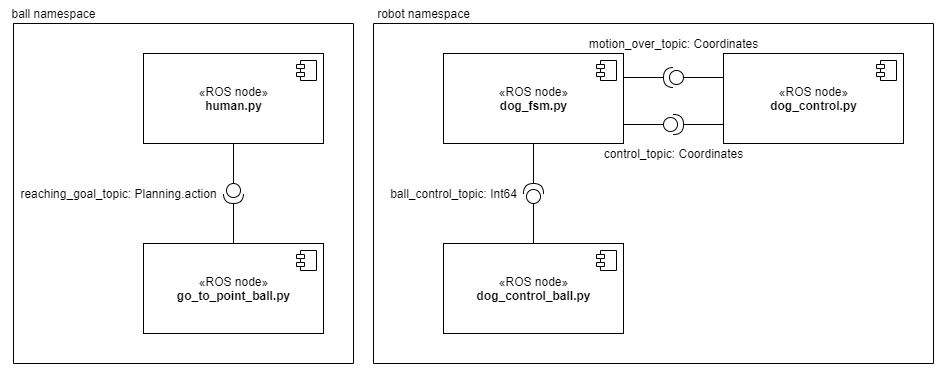
Above: assignment2/images/architecture and topics.png in andreabradpitto/Experimental-robotics-laboratory (draw.io), before the change. Source tidied: cells renumbered, new cells last; positions are measured from the earlier drawing's top-left corner, leaving out a move shared by most shapes.
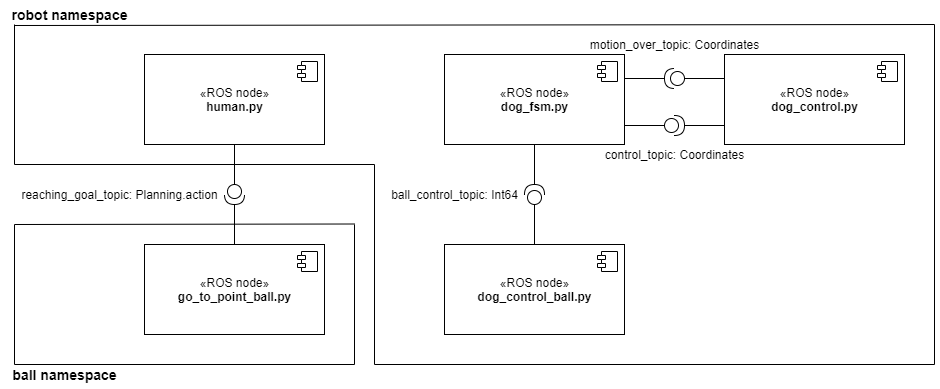
After the change.

Change to the diagram source:
```diff
@@ -93,13 +93,13 @@
     <mxCell id="28" style="endArrow=none;html=1;" parent="1" edge="1">
       <mxGeometry relative="1" as="geometry">
         <mxPoint x="10" y="360" as="sourcePoint" />
-        <mxPoint x="10" y="20" as="targetPoint" />
+        <mxPoint x="10" y="220" as="targetPoint" />
       </mxGeometry>
     </mxCell>
     <mxCell id="29" style="endArrow=none;html=1;" parent="1" edge="1">
       <mxGeometry relative="1" as="geometry">
         <mxPoint x="350" y="360" as="sourcePoint" />
-        <mxPoint x="350" y="20" as="targetPoint" />
+        <mxPoint x="350" y="220" as="targetPoint" />
       </mxGeometry>
     </mxCell>
     <mxCell id="30" style="endArrow=none;html=1;" parent="1" edge="1">
@@ -108,12 +108,6 @@
         <mxPoint x="10" y="360" as="targetPoint" />
       </mxGeometry>
     </mxCell>
-    <mxCell id="31" style="endArrow=none;html=1;" parent="1" edge="1">
-      <mxGeometry relative="1" as="geometry">
-        <mxPoint x="350" y="20" as="sourcePoint" />
-        <mxPoint x="10" y="20" as="targetPoint" />
-      </mxGeometry>
-    </mxCell>
     <mxCell id="32" style="endArrow=none;html=1;" parent="1" edge="1">
       <mxGeometry relative="1" as="geometry">
         <mxPoint x="930" y="360" as="sourcePoint" />
@@ -123,13 +117,13 @@
     <mxCell id="33" style="endArrow=none;html=1;" parent="1" edge="1">
       <mxGeometry relative="1" as="geometry">
         <mxPoint x="930" y="20" as="sourcePoint" />
-        <mxPoint x="370" y="20" as="targetPoint" />
+        <mxPoint x="10" y="21" as="targetPoint" />
       </mxGeometry>
     </mxCell>
     <mxCell id="34" style="endArrow=none;html=1;" parent="1" edge="1">
       <mxGeometry relative="1" as="geometry">
         <mxPoint x="370" y="360" as="sourcePoint" />
-        <mxPoint x="370" y="20" as="targetPoint" />
+        <mxPoint x="370" y="160" as="targetPoint" />
       </mxGeometry>
     </mxCell>
     <mxCell id="35" style="endArrow=none;html=1;" parent="1" edge="1">
@@ -138,11 +132,29 @@
         <mxPoint x="930" y="20" as="targetPoint" />
       </mxGeometry>
     </mxCell>
-    <mxCell id="36" value="ball namespace" style="text;html=1;align=center;verticalAlign=middle;" parent="1" vertex="1">
-      <mxGeometry width="100" height="20" as="geometry" />
+    <mxCell id="36" value="&lt;b&gt;&lt;font style=&quot;font-size: 14px&quot;&gt;ball namespace&lt;/font&gt;&lt;/b&gt;" style="text;html=1;align=center;verticalAlign=middle;" parent="1" vertex="1">
+      <mxGeometry y="360" width="120" height="20" as="geometry" />
     </mxCell>
-    <mxCell id="37" value="robot namespace" style="text;html=1;align=center;verticalAlign=middle;" parent="1" vertex="1">
-      <mxGeometry x="365" width="110" height="20" as="geometry" />
+    <mxCell id="37" value="&lt;b&gt;&lt;font style=&quot;font-size: 14px&quot;&gt;robot namespace&lt;/font&gt;&lt;/b&gt;" style="text;html=1;align=center;verticalAlign=middle;" parent="1" vertex="1">
+      <mxGeometry width="130" height="20" as="geometry" />
     </mxCell>
+    <mxCell id="38" style="endArrow=none;html=1;" parent="1" edge="1">
+      <mxGeometry relative="1" as="geometry">
+        <mxPoint x="10" y="160" as="sourcePoint" />
+        <mxPoint x="10" y="20" as="targetPoint" />
+      </mxGeometry>
+    </mxCell>
+    <mxCell id="39" style="endArrow=none;html=1;" parent="1" edge="1">
+      <mxGeometry relative="1" as="geometry">
+        <mxPoint x="10" y="160" as="sourcePoint" />
+        <mxPoint x="370" y="160" as="targetPoint" />
+      </mxGeometry>
+    </mxCell>
+    <mxCell id="40" style="endArrow=none;html=1;" parent="1" edge="1">
+      <mxGeometry relative="1" as="geometry">
+        <mxPoint x="10" y="220" as="sourcePoint" />
+        <mxPoint x="350" y="219.5" as="targetPoint" />
+      </mxGeometry>
+    </mxCell>
   </root>
 </mxGraphModel>
```
